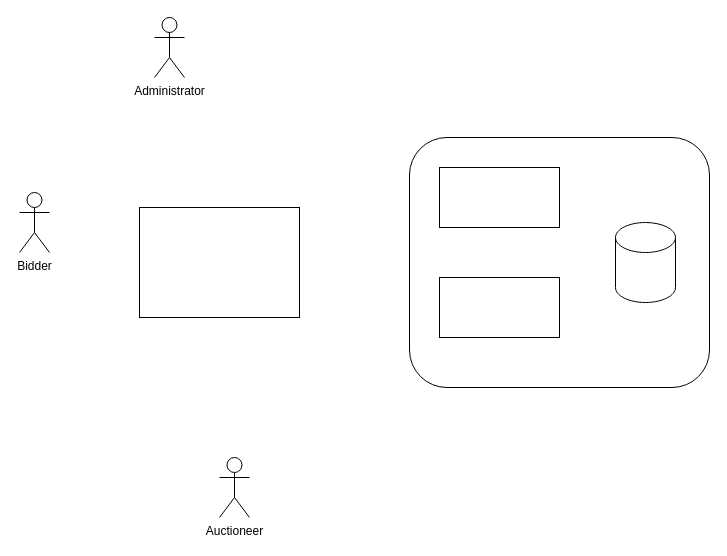
AaronVS/BidWin keeps this draw.io diagram as Process Diagram.drawio. Above is the earlier version. Source tidied: cells renumbered, new cells numbered last; positions are measured from the earlier drawing's top-left corner, leaving out a move shared by most shapes. Both pictures are drawn from the tidied source at 100%, with x=0, y=0 at pixel (19, 17).
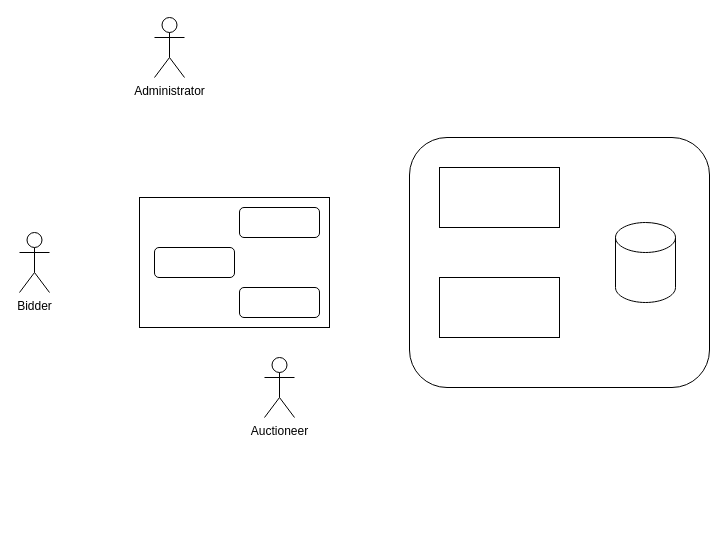
Above is the later version.

Diff of the diagram source:
```diff
@@
 <mxGraphModel>
   <root>
     <mxCell id="0" />
     <mxCell id="1" parent="0" />
     <mxCell id="2" style="rounded=0;whiteSpace=wrap;html=1;" parent="1" vertex="1">
-      <mxGeometry x="120" y="190" width="160" height="110" as="geometry" />
+      <mxGeometry x="120" y="180" width="190" height="130" as="geometry" />
     </mxCell>
     <mxCell id="3" value="Bidder" style="shape=umlActor;verticalLabelPosition=bottom;verticalAlign=top;html=1;" parent="1" vertex="1">
-      <mxGeometry y="175" width="30" height="60" as="geometry" />
+      <mxGeometry y="215" width="30" height="60" as="geometry" />
     </mxCell>
     <mxCell id="4" value="Auctioneer" style="shape=umlActor;verticalLabelPosition=bottom;verticalAlign=top;html=1;" parent="1" vertex="1">
-      <mxGeometry x="200" y="440" width="30" height="60" as="geometry" />
+      <mxGeometry x="245" y="340" width="30" height="60" as="geometry" />
     </mxCell>
     <mxCell id="5" value="Administrator" style="shape=umlActor;verticalLabelPosition=bottom;verticalAlign=top;html=1;" parent="1" vertex="1">
       <mxGeometry x="135" width="30" height="60" as="geometry" />
     </mxCell>
     <mxCell id="6" style="group;" parent="1" vertex="1">
       <mxGeometry x="390" y="120" width="300" height="250" as="geometry" />
     </mxCell>
     <mxCell id="7" style="rounded=1;whiteSpace=wrap;html=1;" parent="6" vertex="1">
       <mxGeometry width="300" height="250" as="geometry" />
     </mxCell>
     <mxCell id="8" style="rounded=0;whiteSpace=wrap;html=1;" parent="6" vertex="1">
       <mxGeometry x="30" y="30" width="120" height="60" as="geometry" />
     </mxCell>
     <mxCell id="9" style="rounded=0;whiteSpace=wrap;html=1;" parent="6" vertex="1">
       <mxGeometry x="30" y="140" width="120" height="60" as="geometry" />
     </mxCell>
     <mxCell id="10" style="shape=cylinder3;whiteSpace=wrap;html=1;boundedLbl=1;backgroundOutline=1;size=15;" parent="6" vertex="1">
       <mxGeometry x="206" y="85" width="60" height="80" as="geometry" />
     </mxCell>
+    <mxCell id="11" style="rounded=1;whiteSpace=wrap;html=1;" parent="1" vertex="1">
+      <mxGeometry x="135" y="230" width="80" height="30" as="geometry" />
+    </mxCell>
+    <mxCell id="12" style="rounded=1;whiteSpace=wrap;html=1;" parent="1" vertex="1">
+      <mxGeometry x="220" y="190" width="80" height="30" as="geometry" />
+    </mxCell>
+    <mxCell id="13" style="rounded=1;whiteSpace=wrap;html=1;" parent="1" vertex="1">
+      <mxGeometry x="220" y="270" width="80" height="30" as="geometry" />
+    </mxCell>
   </root>
 </mxGraphModel>
```
